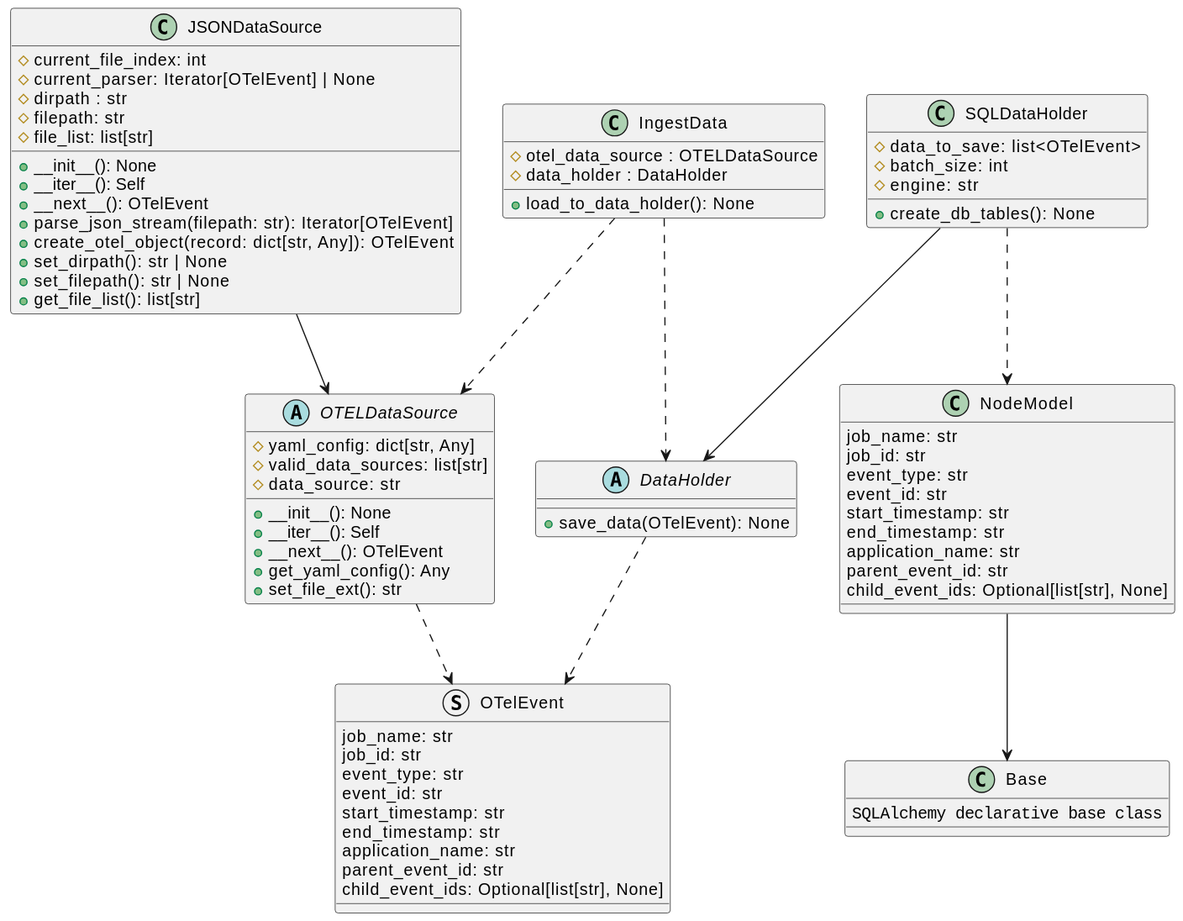
xtuml/otel2puml keeps this PlantUML diagram as docs/development/design/3-DN-Retrieving_unique_graphs_from_Otel_data/class_diagrams.svg. Above is the earlier version.
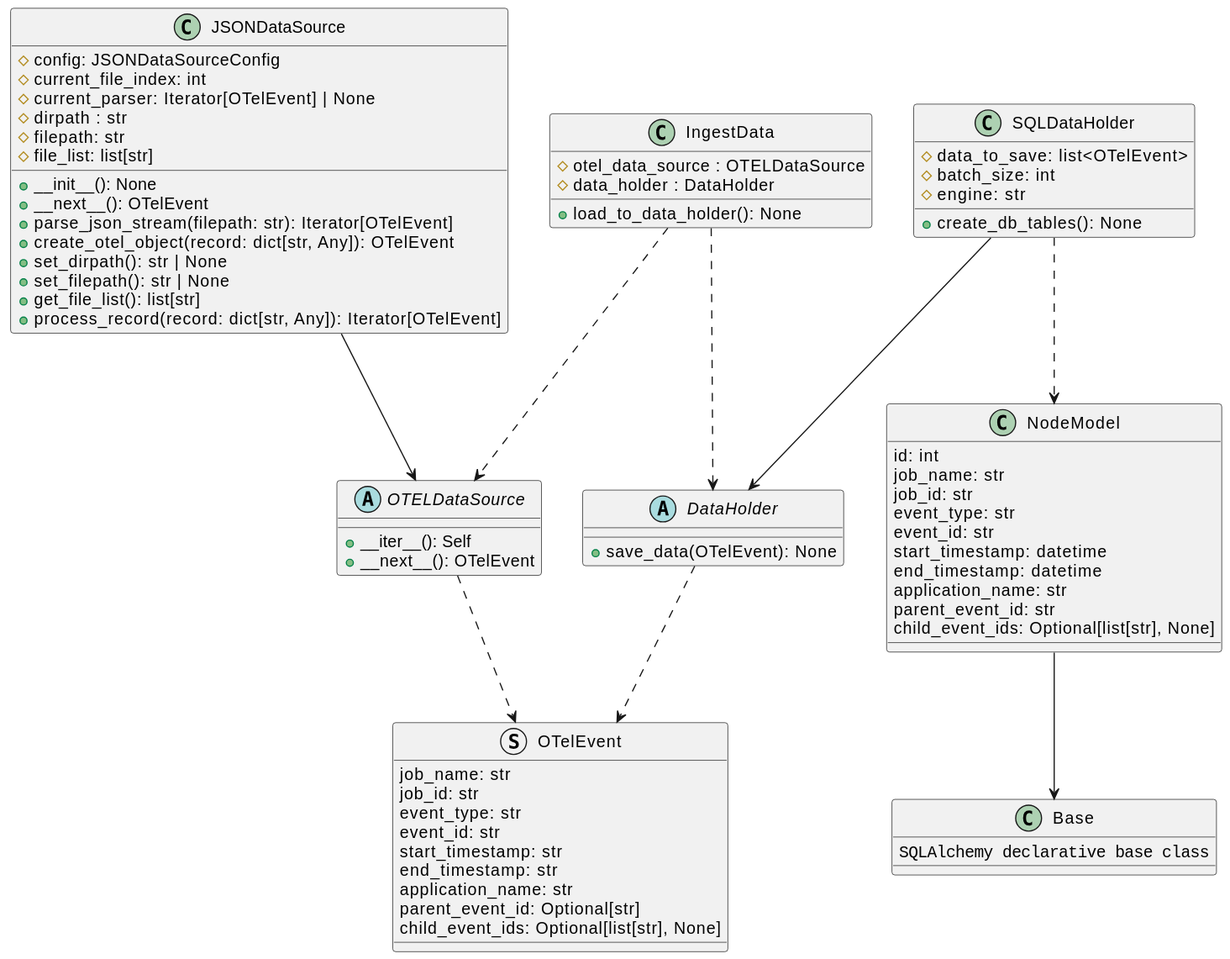
The same file after the commit.

Commit message:
Update design note and class diagrams with up to date information

Change to the diagram source:
```diff
@@ -7,35 +7,30 @@
     start_timestamp: str
     end_timestamp: str
     application_name: str
-    parent_event_id: str
+    parent_event_id: Optional[str]
     child_event_ids: Optional[list[str], None]
 }
 
 abstract class OTELDataSource {
-    #yaml_config: dict[str, Any]
-    #valid_data_sources: list[str]
-    #data_source: str
-    +__init__(): None
     +__iter__(): Self
     +__next__(): OTelEvent
-    +get_yaml_config(): Any
-    +set_file_ext(): str
 }
 
 class JSONDataSource {
+    #config: JSONDataSourceConfig
     #current_file_index: int
     #current_parser: Iterator[OTelEvent] | None
     #dirpath : str
     #filepath: str
     #file_list: list[str]
     +__init__(): None
-    +__iter__(): Self
     +__next__(): OTelEvent
     +parse_json_stream(filepath: str): Iterator[OTelEvent]
     +create_otel_object(record: dict[str, Any]): OTelEvent
     +set_dirpath(): str | None
     +set_filepath(): str | None
     +get_file_list(): list[str]
+    +process_record(record: dict[str, Any]): Iterator[OTelEvent]
 }
 
 class SQLDataHolder {
@@ -46,12 +41,13 @@
 }
 
 class NodeModel {
+    id: int
     job_name: str
     job_id: str
     event_type: str
     event_id: str
-    start_timestamp: str
-    end_timestamp: str
+    start_timestamp: datetime
+    end_timestamp: datetime
     application_name: str
     parent_event_id: str
     child_event_ids: Optional[list[str], None]
```
